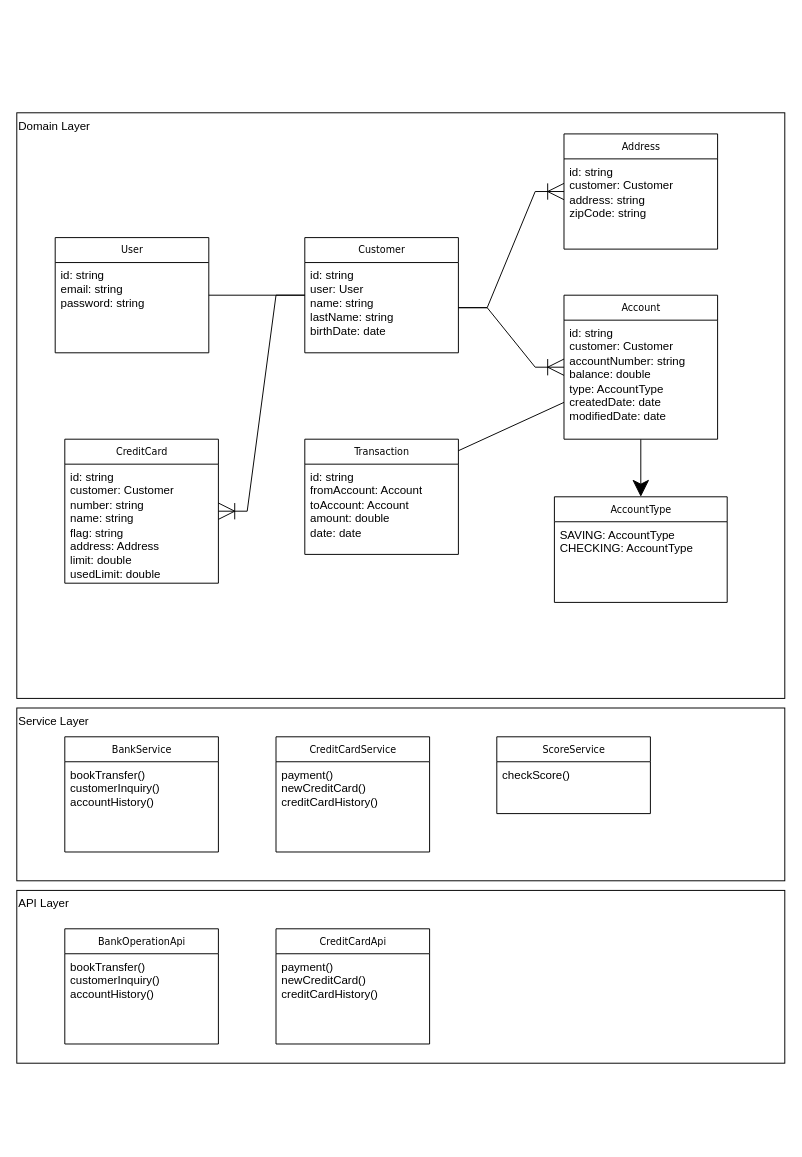
codegik/pocs keeps this draw.io diagram as architecture/john-doe-bank/03.data-structure.drawio. Above is the earlier version. Source tidied: cells renumbered, new cells numbered last; positions are measured from the earlier drawing's top-left corner, leaving out a move shared by most shapes. Both pictures are drawn from the tidied source at 96%, with x=0, y=0 at pixel (16, 112).
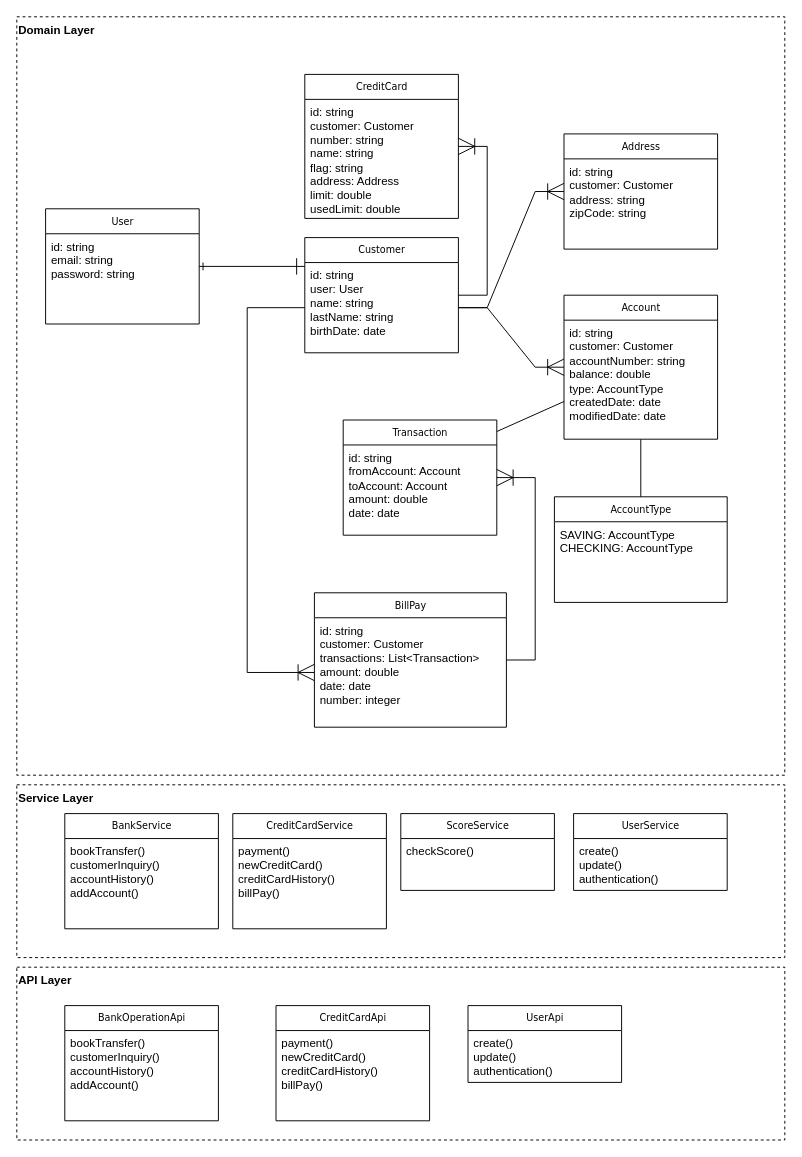
After the change.

The change refers to these unchanged cells:
```xml
<mxCell id="5" value="Customer" style="swimlane;html=1;fontStyle=0;horizontal=1;startSize=26;fillColor=none;swimlaneFillColor=#ffffff;rounded=0;shadow=0;comic=0;labelBackgroundColor=none;strokeWidth=1;fontFamily=Verdana;fontSize=10;align=center;" parent="1" vertex="1">
  <mxGeometry x="300" y="130" width="160" height="120" as="geometry" />
</mxCell>
<mxCell id="6" value="&lt;div&gt;id: string&lt;/div&gt;&lt;div&gt;user: User&lt;br&gt;&lt;/div&gt;&lt;div&gt;name: string&lt;/div&gt;&lt;div&gt;lastName: string&lt;/div&gt;&lt;div&gt;birthDate: date&lt;br&gt;&lt;/div&gt;" style="text;html=1;strokeColor=none;fillColor=none;align=left;verticalAlign=top;spacingLeft=4;spacingRight=4;whiteSpace=wrap;overflow=hidden;points=[[0,0.5],[1,0.5]];portConstraint=eastwest;" parent="5" vertex="1">
  <mxGeometry y="26" width="160" height="94" as="geometry" />
</mxCell>
<mxCell id="11" value="Account" style="swimlane;html=1;fontStyle=0;horizontal=1;startSize=26;fillColor=none;swimlaneFillColor=#ffffff;rounded=0;shadow=0;comic=0;labelBackgroundColor=none;strokeWidth=1;fontFamily=Verdana;fontSize=10;align=center;" parent="1" vertex="1">
  <mxGeometry x="570" y="190" width="160" height="150" as="geometry" />
</mxCell>
<mxCell id="14" value="AccountType" style="swimlane;html=1;fontStyle=0;horizontal=1;startSize=26;fillColor=none;swimlaneFillColor=#ffffff;rounded=0;shadow=0;comic=0;labelBackgroundColor=none;strokeWidth=1;fontFamily=Verdana;fontSize=10;align=center;" parent="1" vertex="1">
  <mxGeometry x="560" y="400" width="180" height="110" as="geometry" />
</mxCell>
```

What changed in the source:
```diff
@@
-    <mxCell id="2" value="Domain Layer" style="rounded=0;whiteSpace=wrap;html=1;align=left;verticalAlign=top;" parent="1" vertex="1">
-      <mxGeometry width="800" height="610" as="geometry" />
+    <mxCell id="2" value="Domain Layer" style="rounded=0;whiteSpace=wrap;html=1;align=left;verticalAlign=top;dashed=1;fontStyle=1;" parent="1" vertex="1">
+      <mxGeometry y="-100" width="800" height="790" as="geometry" />
     </mxCell>
-    <mxCell id="3" value="API Layer" style="rounded=0;whiteSpace=wrap;html=1;align=left;verticalAlign=top;" parent="1" vertex="1">
-      <mxGeometry y="810" width="800" height="180" as="geometry" />
+    <mxCell id="3" value="API Layer" style="rounded=0;whiteSpace=wrap;html=1;align=left;verticalAlign=top;dashed=1;fontStyle=1;" parent="1" vertex="1">
+      <mxGeometry y="890" width="800" height="180" as="geometry" />
     </mxCell>
-    <mxCell id="4" value="Service Layer" style="rounded=0;whiteSpace=wrap;html=1;align=left;verticalAlign=top;" parent="1" vertex="1">
-      <mxGeometry y="620" width="800" height="180" as="geometry" />
+    <mxCell id="4" value="Service Layer" style="rounded=0;whiteSpace=wrap;html=1;align=left;verticalAlign=top;dashed=1;fontStyle=1;" parent="1" vertex="1">
+      <mxGeometry y="700" width="800" height="180" as="geometry" />
     </mxCell>
@@
-    <mxCell id="10" style="edgeStyle=orthogonalEdgeStyle;rounded=0;jettySize=auto;html=1;endSize=15;" parent="1" edge="1" source="11" target="14">
+    <mxCell id="10" style="edgeStyle=orthogonalEdgeStyle;rounded=0;jettySize=auto;html=1;endSize=15;endArrow=none;endFill=0;" parent="1" edge="1" source="11" target="14">
       <mxGeometry relative="1" as="geometry" />
     </mxCell>
@@
     <mxCell id="16" value="Transaction" style="swimlane;html=1;fontStyle=0;horizontal=1;startSize=26;fillColor=none;swimlaneFillColor=#ffffff;rounded=0;shadow=0;comic=0;labelBackgroundColor=none;strokeWidth=1;fontFamily=Verdana;fontSize=10;align=center;" parent="1" vertex="1">
-      <mxGeometry x="300" y="340" width="160" height="120" as="geometry" />
+      <mxGeometry x="340" y="320" width="160" height="120" as="geometry" />
     </mxCell>
@@
     <mxCell id="18" value="User" style="swimlane;html=1;fontStyle=0;horizontal=1;startSize=26;fillColor=none;swimlaneFillColor=#ffffff;rounded=0;shadow=0;comic=0;labelBackgroundColor=none;strokeWidth=1;fontFamily=Verdana;fontSize=10;align=center;" parent="1" vertex="1">
-      <mxGeometry x="40" y="130" width="160" height="120" as="geometry" />
+      <mxGeometry x="30" y="100" width="160" height="120" as="geometry" />
     </mxCell>
@@
-    <mxCell id="20" style="endArrow=none;html=1;rounded=0;endSize=15;" parent="1" edge="1" source="18" target="5">
-      <mxGeometry relative="1" as="geometry" />
-    </mxCell>
     <mxCell id="21" value="BankService" style="swimlane;html=1;fontStyle=0;horizontal=1;startSize=26;fillColor=none;swimlaneFillColor=#ffffff;rounded=0;shadow=0;comic=0;labelBackgroundColor=none;strokeWidth=1;fontFamily=Verdana;fontSize=10;align=center;" parent="1" vertex="1">
-      <mxGeometry x="50" y="650" width="160" height="120" as="geometry" />
+      <mxGeometry x="50" y="730" width="160" height="120" as="geometry" />
     </mxCell>
-    <mxCell id="22" value="&lt;div&gt;bookTransfer()&lt;/div&gt;&lt;div&gt;customerInquiry()&lt;br&gt;&lt;/div&gt;&lt;div&gt;accountHistory()&lt;br&gt;&lt;/div&gt;" style="text;html=1;strokeColor=none;fillColor=none;align=left;verticalAlign=top;spacingLeft=4;spacingRight=4;whiteSpace=wrap;overflow=hidden;" parent="21" vertex="1">
+    <mxCell id="22" value="&lt;div&gt;bookTransfer()&lt;/div&gt;&lt;div&gt;customerInquiry()&lt;/div&gt;&lt;div&gt;accountHistory()&lt;/div&gt;&lt;div&gt;addAccount()&lt;br&gt;&lt;/div&gt;" style="text;html=1;strokeColor=none;fillColor=none;align=left;verticalAlign=top;spacingLeft=4;spacingRight=4;whiteSpace=wrap;overflow=hidden;" parent="21" vertex="1">
       <mxGeometry y="26" width="160" height="94" as="geometry" />
     </mxCell>
@@
     <mxCell id="24" value="BankOperationApi" style="swimlane;html=1;fontStyle=0;horizontal=1;startSize=26;fillColor=none;swimlaneFillColor=#ffffff;rounded=0;shadow=0;comic=0;labelBackgroundColor=none;strokeWidth=1;fontFamily=Verdana;fontSize=10;align=center;" parent="1" vertex="1">
-      <mxGeometry x="50" y="850" width="160" height="120" as="geometry" />
+      <mxGeometry x="50" y="930" width="160" height="120" as="geometry" />
     </mxCell>
-    <mxCell id="25" value="&lt;div&gt;bookTransfer()&lt;/div&gt;&lt;div&gt;customerInquiry()&lt;/div&gt;&lt;div&gt;accountHistory()&lt;/div&gt;" style="text;html=1;strokeColor=none;fillColor=none;align=left;verticalAlign=top;spacingLeft=4;spacingRight=4;whiteSpace=wrap;overflow=hidden;" parent="24" vertex="1">
+    <mxCell id="25" value="&lt;div&gt;bookTransfer()&lt;/div&gt;&lt;div&gt;customerInquiry()&lt;/div&gt;&lt;div&gt;accountHistory()&lt;/div&gt;&lt;div&gt;addAccount()&lt;br&gt;&lt;/div&gt;" style="text;html=1;strokeColor=none;fillColor=none;align=left;verticalAlign=top;spacingLeft=4;spacingRight=4;whiteSpace=wrap;overflow=hidden;" parent="24" vertex="1">
       <mxGeometry y="26" width="160" height="94" as="geometry" />
     </mxCell>
     <mxCell id="26" value="CreditCard" style="swimlane;html=1;fontStyle=0;horizontal=1;startSize=26;fillColor=none;swimlaneFillColor=#ffffff;rounded=0;shadow=0;comic=0;labelBackgroundColor=none;strokeWidth=1;fontFamily=Verdana;fontSize=10;align=center;" parent="1" vertex="1">
-      <mxGeometry x="50" y="340" width="160" height="150" as="geometry" />
+      <mxGeometry x="300" y="-40" width="160" height="150" as="geometry" />
     </mxCell>
@@
     <mxCell id="28" value="CreditCardService" style="swimlane;html=1;fontStyle=0;horizontal=1;startSize=26;fillColor=none;swimlaneFillColor=#ffffff;rounded=0;shadow=0;comic=0;labelBackgroundColor=none;strokeWidth=1;fontFamily=Verdana;fontSize=10;align=center;" parent="1" vertex="1">
-      <mxGeometry x="270" y="650" width="160" height="120" as="geometry" />
+      <mxGeometry x="225" y="730" width="160" height="120" as="geometry" />
     </mxCell>
-    <mxCell id="29" value="&lt;div&gt;payment()&lt;/div&gt;&lt;div&gt;newCreditCard()&lt;br&gt;&lt;/div&gt;&lt;div&gt;creditCardHistory()&lt;/div&gt;" style="text;html=1;strokeColor=none;fillColor=none;align=left;verticalAlign=top;spacingLeft=4;spacingRight=4;whiteSpace=wrap;overflow=hidden;" parent="28" vertex="1">
+    <mxCell id="29" value="&lt;div&gt;payment()&lt;/div&gt;&lt;div&gt;newCreditCard()&lt;br&gt;&lt;/div&gt;&lt;div&gt;creditCardHistory()&lt;/div&gt;&lt;div&gt;billPay()&lt;br&gt;&lt;/div&gt;" style="text;html=1;strokeColor=none;fillColor=none;align=left;verticalAlign=top;spacingLeft=4;spacingRight=4;whiteSpace=wrap;overflow=hidden;" parent="28" vertex="1">
       <mxGeometry y="26" width="160" height="94" as="geometry" />
     </mxCell>
     <mxCell id="30" value="ScoreService" style="swimlane;html=1;fontStyle=0;horizontal=1;startSize=26;fillColor=none;swimlaneFillColor=#ffffff;rounded=0;shadow=0;comic=0;labelBackgroundColor=none;strokeWidth=1;fontFamily=Verdana;fontSize=10;align=center;" parent="1" vertex="1">
-      <mxGeometry x="500" y="650" width="160" height="80" as="geometry" />
+      <mxGeometry x="400" y="730" width="160" height="80" as="geometry" />
     </mxCell>
@@
     <mxCell id="32" value="CreditCardApi" style="swimlane;html=1;fontStyle=0;horizontal=1;startSize=26;fillColor=none;swimlaneFillColor=#ffffff;rounded=0;shadow=0;comic=0;labelBackgroundColor=none;strokeWidth=1;fontFamily=Verdana;fontSize=10;align=center;" parent="1" vertex="1">
-      <mxGeometry x="270" y="850" width="160" height="120" as="geometry" />
+      <mxGeometry x="270" y="930" width="160" height="120" as="geometry" />
     </mxCell>
-    <mxCell id="33" value="&lt;div&gt;payment()&lt;/div&gt;&lt;div&gt;newCreditCard()&lt;br&gt;&lt;/div&gt;&lt;div&gt;creditCardHistory()&lt;/div&gt;" style="text;html=1;strokeColor=none;fillColor=none;align=left;verticalAlign=top;spacingLeft=4;spacingRight=4;whiteSpace=wrap;overflow=hidden;" parent="32" vertex="1">
+    <mxCell id="33" value="&lt;div&gt;payment()&lt;/div&gt;&lt;div&gt;newCreditCard()&lt;br&gt;&lt;/div&gt;&lt;div&gt;creditCardHistory()&lt;/div&gt;&lt;div&gt;billPay()&lt;br&gt;&lt;/div&gt;" style="text;html=1;strokeColor=none;fillColor=none;align=left;verticalAlign=top;spacingLeft=4;spacingRight=4;whiteSpace=wrap;overflow=hidden;" parent="32" vertex="1">
       <mxGeometry y="26" width="160" height="94" as="geometry" />
     </mxCell>
@@
+    <mxCell id="20" style="edgeStyle=entityRelationEdgeStyle;fontSize=12;html=1;endArrow=ERone;startArrow=ERone;rounded=0;endSize=15;endFill=0;entryX=0;entryY=0.25;entryDx=0;entryDy=0;startFill=0;" parent="1" edge="1" source="18" target="5">
+      <mxGeometry relative="1" as="geometry" />
+    </mxCell>
+    <mxCell id="35" value="BillPay" style="swimlane;html=1;fontStyle=0;horizontal=1;startSize=26;fillColor=none;swimlaneFillColor=#ffffff;rounded=0;shadow=0;comic=0;labelBackgroundColor=none;strokeWidth=1;fontFamily=Verdana;fontSize=10;align=center;" parent="1" vertex="1">
+      <mxGeometry x="310" y="500" width="200" height="140" as="geometry" />
+    </mxCell>
+    <mxCell id="36" value="&lt;div&gt;id: string&lt;/div&gt;&lt;div&gt;customer: Customer&lt;/div&gt;&lt;div&gt;transactions: List&amp;lt;Transaction&amp;gt;&lt;/div&gt;&lt;div&gt;amount: double&lt;/div&gt;&lt;div&gt;date: date&lt;/div&gt;&lt;div&gt;number: integer&lt;br&gt;&lt;/div&gt;" style="text;html=1;strokeColor=none;fillColor=none;align=left;verticalAlign=top;spacingLeft=4;spacingRight=4;whiteSpace=wrap;overflow=hidden;points=[[0,0.5],[1,0.5]];portConstraint=eastwest;" parent="35" vertex="1">
+      <mxGeometry y="26" width="200" height="114" as="geometry" />
+    </mxCell>
+    <mxCell id="37" style="edgeStyle=entityRelationEdgeStyle;fontSize=12;html=1;endArrow=ERoneToMany;rounded=0;endSize=15;" parent="1" edge="1" source="35" target="16">
+      <mxGeometry relative="1" as="geometry" />
+    </mxCell>
+    <mxCell id="38" style="edgeStyle=orthogonalEdgeStyle;fontSize=12;html=1;endArrow=ERoneToMany;rounded=0;endSize=15;exitX=0;exitY=0.5;exitDx=0;exitDy=0;entryX=0;entryY=0.5;entryDx=0;entryDy=0;" parent="1" edge="1" source="6" target="36">
+      <mxGeometry relative="1" as="geometry">
+        <Array as="points">
+          <mxPoint x="240" y="203" />
+          <mxPoint x="240" y="583" />
+        </Array>
+      </mxGeometry>
+    </mxCell>
+    <mxCell id="39" value="UserService" style="swimlane;html=1;fontStyle=0;horizontal=1;startSize=26;fillColor=none;swimlaneFillColor=#ffffff;rounded=0;shadow=0;comic=0;labelBackgroundColor=none;strokeWidth=1;fontFamily=Verdana;fontSize=10;align=center;" parent="1" vertex="1">
+      <mxGeometry x="580" y="730" width="160" height="80" as="geometry" />
+    </mxCell>
+    <mxCell id="40" value="&lt;div&gt;create()&lt;/div&gt;&lt;div&gt;update()&lt;/div&gt;&lt;div&gt;authentication()&lt;/div&gt;" style="text;html=1;strokeColor=none;fillColor=none;align=left;verticalAlign=top;spacingLeft=4;spacingRight=4;whiteSpace=wrap;overflow=hidden;" parent="39" vertex="1">
+      <mxGeometry y="26" width="160" height="54" as="geometry" />
+    </mxCell>
+    <mxCell id="41" value="UserApi" style="swimlane;html=1;fontStyle=0;horizontal=1;startSize=26;fillColor=none;swimlaneFillColor=#ffffff;rounded=0;shadow=0;comic=0;labelBackgroundColor=none;strokeWidth=1;fontFamily=Verdana;fontSize=10;align=center;" parent="1" vertex="1">
+      <mxGeometry x="470" y="930" width="160" height="80" as="geometry" />
+    </mxCell>
+    <mxCell id="42" value="&lt;div&gt;create()&lt;/div&gt;&lt;div&gt;update()&lt;/div&gt;&lt;div&gt;authentication()&lt;/div&gt;" style="text;html=1;strokeColor=none;fillColor=none;align=left;verticalAlign=top;spacingLeft=4;spacingRight=4;whiteSpace=wrap;overflow=hidden;" parent="41" vertex="1">
+      <mxGeometry y="26" width="160" height="54" as="geometry" />
+    </mxCell>
```
